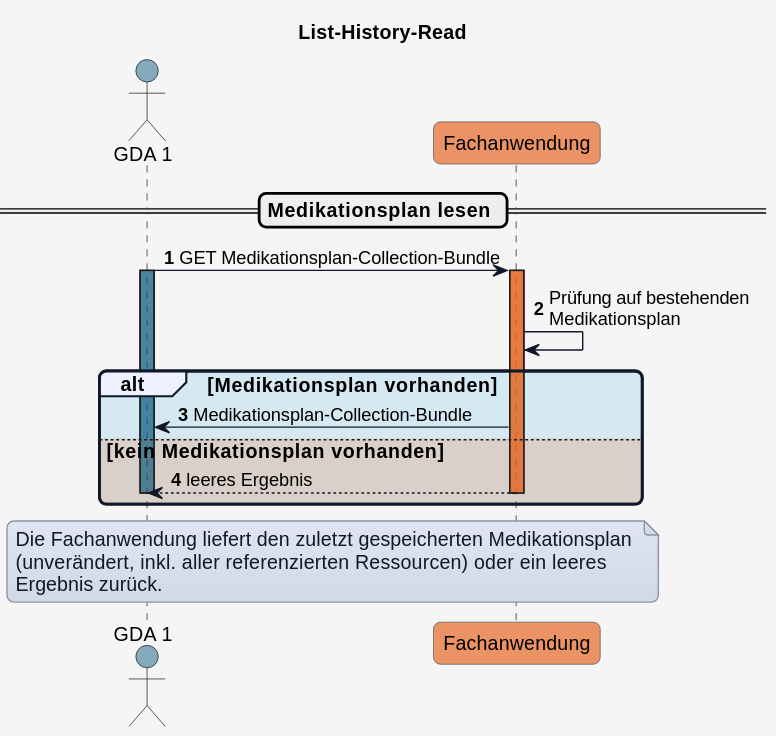
Above: input/images/plantuml/interaction_listhistoryread.svg in HL7Austria/ELGA-Core-R4 (PlantUML), before the change. The source it was exported from:
```plantuml
@startuml
title List-History-Read


skinparam borderColor #000000
skinparam backgroundColor #f5f5f5
skinparam shadowing false
skinparam roundCorner 10
skinparam defaultFontName "Arial"
skinparam defaultFontSize 14
skinparam defaultFontColor #000000
skinparam HyperlinkColor #0000EE
skinparam HyperlinkUnderline false
skinparam BoxPadding 20
skinparam BoxBorderColor #555555

skinparam note {
  BackgroundColor #e0e5f0-#d1d9e6
  BorderColor #8b95a5
  BorderThickness 1
  RoundCorner 0
  Padding 6
  FontColor #111827
  Shadowing false
}

skinparam sequence {
  ParticipantBorderColor #555555
  ParticipantBackgroundColor #ffffff
  ParticipantFontColor #000000
  ParticipantFontSize 14
  ParticipantPadding 20
  ArrowColor #111827
  ArrowThickness 1
  ArrowFontColor #000000
  ArrowFontSize 13
  GroupBorderColor #111827
  GroupBackgroundColor #eef2ff
  GroupBorderThickness 2
}

!define COLOR_GDA_1    #15608280
!define COLOR_GDA_2    #96607D80
!define COLOR_PATIENT  #196B2480
!define COLOR_APO      #0F9ED590
!define COLOR_ELGA_FA  #e97232bd
!define COLOR_E_REZEPT #cd3732a9

!define COLOR_OK       #0F9ED525
!define COLOR_ERROR    #E9713235


actor GDA_1 as "GDA 1" COLOR_GDA_1
participant elga_FA as "Fachanwendung" COLOR_ELGA_FA


autonumber

== Medikationsplan lesen ==

GDA_1 -> elga_FA: GET Medikationsplan-Collection-Bundle
activate GDA_1 COLOR_GDA_1

activate elga_FA COLOR_ELGA_FA
elga_FA -> elga_FA: Prüfung auf bestehenden\nMedikationsplan

alt COLOR_OK Medikationsplan vorhanden
  elga_FA -> GDA_1: Medikationsplan-Collection-Bundle
else COLOR_ERROR kein Medikationsplan vorhanden
  elga_FA --> GDA_1: leeres Ergebnis
  deactivate GDA_1
  deactivate elga_FA
end

note over GDA_1, elga_FA
Die Fachanwendung liefert den zuletzt gespeicherten Medikationsplan
(unverändert, inkl. aller referenzierten Ressourcen) oder ein leeres
Ergebnis zurück.
end note
@enduml
```
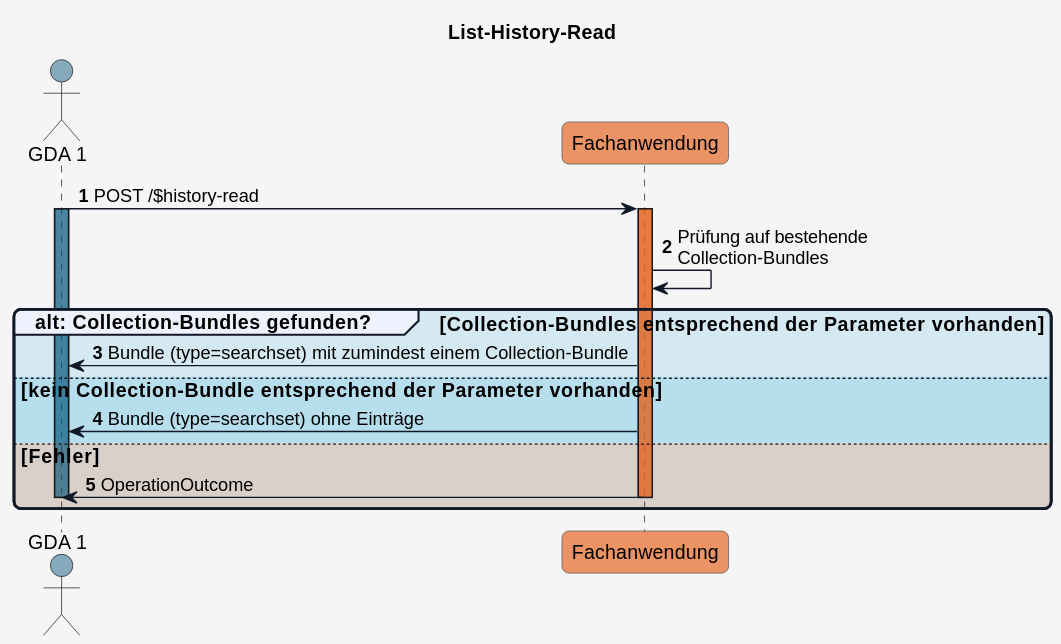
After the change.

Change to the diagram source:
```diff
@@ -43,7 +43,7 @@
 !define COLOR_GDA_2    #96607D80
 !define COLOR_PATIENT  #196B2480
 !define COLOR_APO      #0F9ED590
-!define COLOR_ELGA_FA  #e97232bd
+!define COLOR_FA  #e97232bd
 !define COLOR_E_REZEPT #cd3732a9
 
 !define COLOR_OK       #0F9ED525
@@ -51,30 +51,25 @@
 
 
 actor GDA_1 as "GDA 1" COLOR_GDA_1
-participant elga_FA as "Fachanwendung" COLOR_ELGA_FA
+participant FA as "Fachanwendung" COLOR_FA
 
 
 autonumber
 
-== Medikationsplan lesen ==
+GDA_1 -> FA: POST /$history-read
 
-GDA_1 -> elga_FA: GET Medikationsplan-Collection-Bundle
 activate GDA_1 COLOR_GDA_1
+activate FA COLOR_FA
 
-activate elga_FA COLOR_ELGA_FA
-elga_FA -> elga_FA: Prüfung auf bestehenden\nMedikationsplan
+FA -> FA: Prüfung auf bestehende\nCollection-Bundles
 
-alt COLOR_OK Medikationsplan vorhanden
-  elga_FA -> GDA_1: Medikationsplan-Collection-Bundle
-else COLOR_ERROR kein Medikationsplan vorhanden
-  elga_FA --> GDA_1: leeres Ergebnis
+group COLOR_OK alt: Collection-Bundles gefunden? [Collection-Bundles entsprechend der Parameter vorhanden]
+  FA -> GDA_1: Bundle (type=searchset) mit zumindest einem Collection-Bundle
+else COLOR_OK kein Collection-Bundle entsprechend der Parameter vorhanden
+  FA -> GDA_1: Bundle (type=searchset) ohne Einträge
+else COLOR_ERROR Fehler
+  FA -> GDA_1: OperationOutcome
   deactivate GDA_1
-  deactivate elga_FA
+  deactivate FA
 end
-
-note over GDA_1, elga_FA
-Die Fachanwendung liefert den zuletzt gespeicherten Medikationsplan
-(unverändert, inkl. aller referenzierten Ressourcen) oder ein leeres
-Ergebnis zurück.
-end note
 @enduml
```
